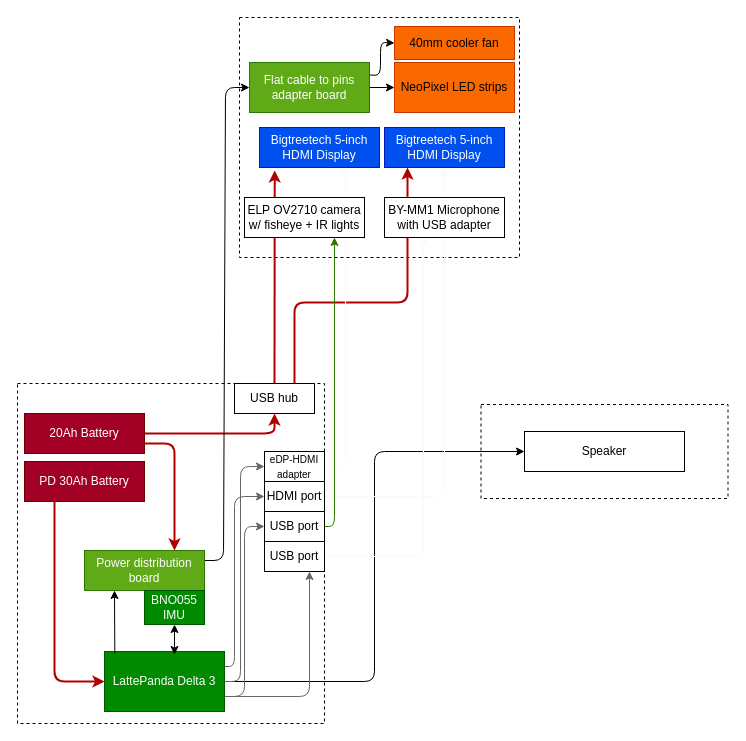
This is Planning/Hardware.drawio from MekhyW/DYNAMO-Electronic_Fursuit-2.0, a draw.io file, before an edit. Source tidied: cells renumbered, new cells numbered last; positions are measured from the earlier drawing's top-left corner, leaving out a move shared by most shapes. Both pictures are drawn from the tidied source at 100%, with x=0, y=0 at pixel (17, 17).
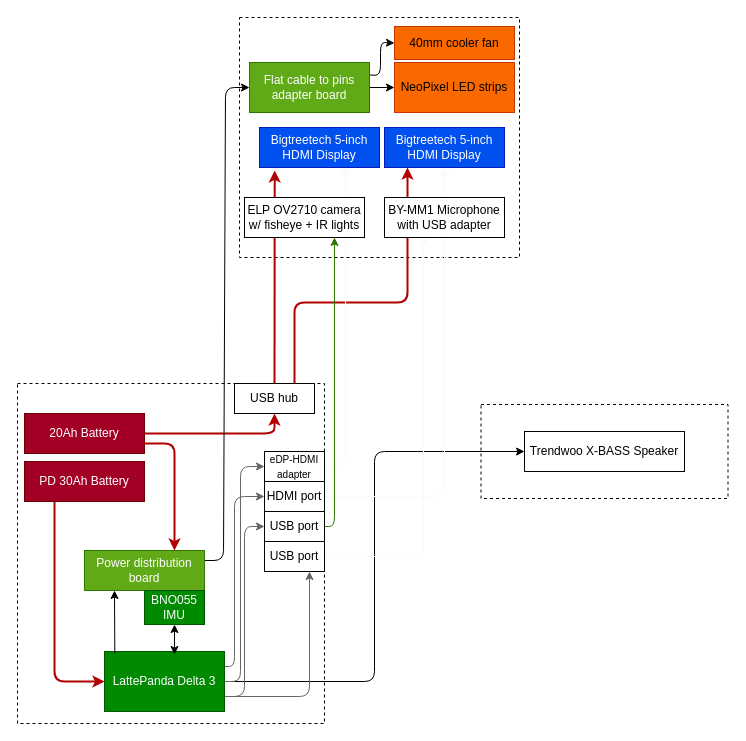
After the change.

Change to the diagram source:
```diff
@@
-    <mxCell id="40" value="&lt;font style=&quot;&quot;&gt;Speaker&lt;/font&gt;" style="rounded=0;whiteSpace=wrap;html=1;" parent="1" vertex="1">
+    <mxCell id="40" value="&lt;font style=&quot;&quot;&gt;Trendwoo X-BASS Speaker&lt;/font&gt;" style="rounded=0;whiteSpace=wrap;html=1;" parent="1" vertex="1">
       <mxGeometry x="507" y="414" width="160" height="40" as="geometry" />
     </mxCell>
```
